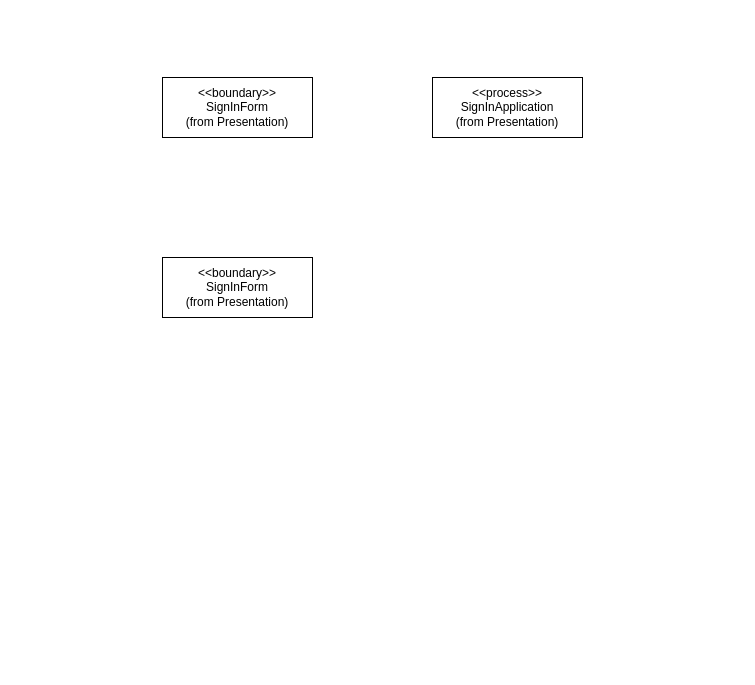
Before: page "SignInProcessModel" (2 of 19) of OOAD.drawio in tenmo2003/OOAD, a draw.io diagram. Source tidied: cells renumbered, new cells numbered last; positions are measured from the earlier drawing's top-left corner, leaving out a move shared by most shapes. Both pictures are drawn from the tidied source at 100%, with x=0, y=0 at pixel (162, 77).
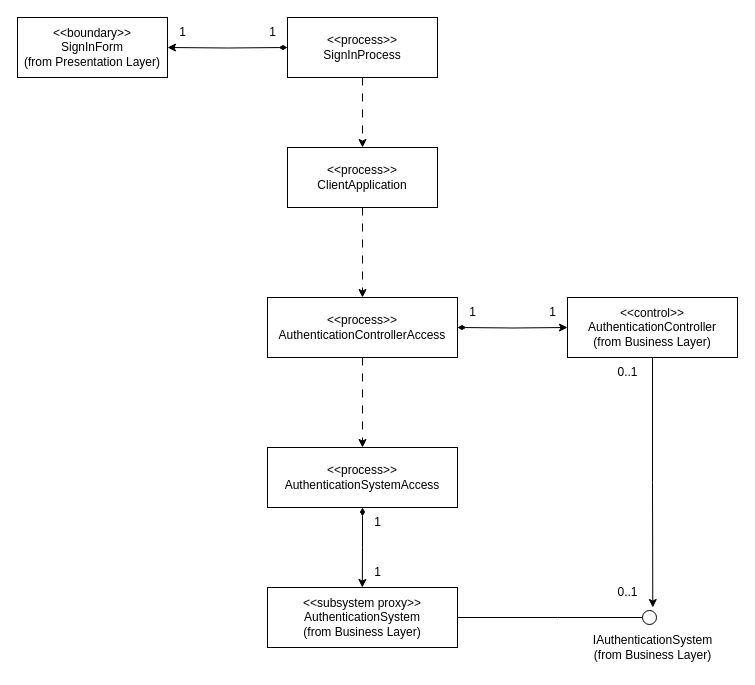
The same page after the edit.

Change to the diagram source:
```diff
@@
-    <mxCell id="2" value="&amp;lt;&amp;lt;boundary&amp;gt;&amp;gt;&lt;div&gt;SignInForm&lt;/div&gt;&lt;div&gt;(from Presentation)&lt;/div&gt;" style="whiteSpace=wrap;html=1;" parent="1" vertex="1">
-      <mxGeometry width="150" height="60" as="geometry" />
-    </mxCell>
-    <mxCell id="3" value="&amp;lt;&amp;lt;boundary&amp;gt;&amp;gt;&lt;div&gt;SignInForm&lt;/div&gt;&lt;div&gt;(from Presentation)&lt;/div&gt;" style="whiteSpace=wrap;html=1;" parent="1" vertex="1">
-      <mxGeometry y="180" width="150" height="60" as="geometry" />
-    </mxCell>
-    <mxCell id="4" value="&amp;lt;&amp;lt;process&amp;gt;&amp;gt;&lt;div&gt;SignInApplication&lt;/div&gt;&lt;div&gt;(from Presentation)&lt;/div&gt;" style="whiteSpace=wrap;html=1;" parent="1" vertex="1">
-      <mxGeometry x="270" width="150" height="60" as="geometry" />
-    </mxCell>
+    <mxCell id="5" value="&amp;lt;&amp;lt;boundary&amp;gt;&amp;gt;&lt;div&gt;SignInForm&lt;/div&gt;&lt;div&gt;(from Presentation Layer)&lt;/div&gt;" style="whiteSpace=wrap;html=1;" parent="1" vertex="1">
+      <mxGeometry x="-145" y="-60" width="150" height="60" as="geometry" />
+    </mxCell>
+    <mxCell id="6" style="edgeStyle=orthogonalEdgeStyle;rounded=0;jettySize=auto;html=1;exitX=0.5;exitY=1;exitDx=0;exitDy=0;entryX=0.5;entryY=0;entryDx=0;entryDy=0;dashed=1;dashPattern=8 8;" parent="1" edge="1" source="8" target="25">
+      <mxGeometry relative="1" as="geometry" />
+    </mxCell>
+    <mxCell id="7" style="edgeStyle=orthogonalEdgeStyle;rounded=0;jettySize=auto;html=1;exitX=0;exitY=0.5;exitDx=0;exitDy=0;entryX=1;entryY=0.5;entryDx=0;entryDy=0;endArrow=classic;endFill=1;startArrow=diamondThin;startFill=1;" parent="1" edge="1" target="5">
+      <mxGeometry relative="1" as="geometry">
+        <mxPoint x="125" y="-30" as="sourcePoint" />
+      </mxGeometry>
+    </mxCell>
+    <mxCell id="8" value="&amp;lt;&amp;lt;process&amp;gt;&amp;gt;&lt;div&gt;ClientApplication&lt;/div&gt;" style="whiteSpace=wrap;html=1;" parent="1" vertex="1">
+      <mxGeometry x="125" y="70" width="150" height="60" as="geometry" />
+    </mxCell>
+    <mxCell id="9" style="edgeStyle=orthogonalEdgeStyle;rounded=0;jettySize=auto;html=1;exitX=0.5;exitY=1;exitDx=0;exitDy=0;startArrow=diamondThin;startFill=1;" parent="1" edge="1" source="11">
+      <mxGeometry relative="1" as="geometry">
+        <mxPoint x="199.8" y="510" as="targetPoint" />
+      </mxGeometry>
+    </mxCell>
+    <mxCell id="10" style="edgeStyle=orthogonalEdgeStyle;rounded=0;jettySize=auto;html=1;exitX=1;exitY=0.5;exitDx=0;exitDy=0;startArrow=diamondThin;startFill=1;" parent="1" edge="1" target="17">
+      <mxGeometry relative="1" as="geometry">
+        <mxPoint x="295" y="250" as="sourcePoint" />
+      </mxGeometry>
+    </mxCell>
+    <mxCell id="11" value="&amp;lt;&amp;lt;process&amp;gt;&amp;gt;&lt;div&gt;AuthenticationSystemAccess&lt;/div&gt;" style="whiteSpace=wrap;html=1;" parent="1" vertex="1">
+      <mxGeometry x="105" y="370" width="190" height="60" as="geometry" />
+    </mxCell>
+    <mxCell id="12" value="1" style="text;html=1;align=center;verticalAlign=middle;strokeColor=none;fillColor=none;" parent="1" vertex="1">
+      <mxGeometry x="5" y="-60" width="30" height="30" as="geometry" />
+    </mxCell>
+    <mxCell id="13" value="1" style="text;html=1;align=center;verticalAlign=middle;strokeColor=none;fillColor=none;" parent="1" vertex="1">
+      <mxGeometry x="95" y="-60" width="30" height="30" as="geometry" />
+    </mxCell>
+    <mxCell id="14" style="edgeStyle=orthogonalEdgeStyle;rounded=0;jettySize=auto;html=1;exitX=1;exitY=0.5;exitDx=0;exitDy=0;endArrow=circle;endFill=0;" parent="1" edge="1" source="15">
+      <mxGeometry relative="1" as="geometry">
+        <mxPoint x="495" y="540" as="targetPoint" />
+      </mxGeometry>
+    </mxCell>
+    <mxCell id="15" value="&amp;lt;&amp;lt;subsystem proxy&amp;gt;&amp;gt;&lt;div&gt;AuthenticationSystem&lt;/div&gt;&lt;div&gt;(from Business Layer)&lt;br&gt;&lt;/div&gt;" style="whiteSpace=wrap;html=1;" parent="1" vertex="1">
+      <mxGeometry x="105" y="510" width="190" height="60" as="geometry" />
+    </mxCell>
+    <mxCell id="16" style="edgeStyle=orthogonalEdgeStyle;rounded=0;jettySize=auto;html=1;exitX=0.5;exitY=1;exitDx=0;exitDy=0;" parent="1" edge="1" source="17">
+      <mxGeometry relative="1" as="geometry">
+        <mxPoint x="490.3" y="530" as="targetPoint" />
+      </mxGeometry>
+    </mxCell>
+    <mxCell id="17" value="&amp;lt;&amp;lt;control&amp;gt;&amp;gt;&lt;div&gt;AuthenticationController&lt;/div&gt;&lt;div&gt;(from Business Layer)&lt;br&gt;&lt;/div&gt;" style="rounded=0;whiteSpace=wrap;html=1;" parent="1" vertex="1">
+      <mxGeometry x="405" y="220" width="170" height="60" as="geometry" />
+    </mxCell>
+    <mxCell id="18" value="1" style="text;html=1;align=center;verticalAlign=middle;strokeColor=none;fillColor=none;" parent="1" vertex="1">
+      <mxGeometry x="295" y="220" width="30" height="30" as="geometry" />
+    </mxCell>
+    <mxCell id="19" value="1" style="text;html=1;align=center;verticalAlign=middle;strokeColor=none;fillColor=none;" parent="1" vertex="1">
+      <mxGeometry x="375" y="220" width="30" height="30" as="geometry" />
+    </mxCell>
+    <mxCell id="20" value="IAuthenticationSystem&lt;div&gt;&lt;span style=&quot;text-wrap: wrap;&quot;&gt;(from Business Layer)&lt;/span&gt;&lt;br&gt;&lt;/div&gt;" style="text;html=1;align=center;verticalAlign=middle;strokeColor=none;fillColor=none;fontStyle=0;" parent="1" vertex="1">
+      <mxGeometry x="420" y="550" width="140" height="40" as="geometry" />
+    </mxCell>
+    <mxCell id="21" value="0..1" style="text;html=1;align=center;verticalAlign=middle;strokeColor=none;fillColor=none;" parent="1" vertex="1">
+      <mxGeometry x="445" y="280" width="40" height="30" as="geometry" />
+    </mxCell>
+    <mxCell id="22" value="0..1" style="text;html=1;align=center;verticalAlign=middle;strokeColor=none;fillColor=none;" parent="1" vertex="1">
+      <mxGeometry x="445" y="500" width="40" height="30" as="geometry" />
+    </mxCell>
+    <mxCell id="23" value="1" style="text;html=1;align=center;verticalAlign=middle;strokeColor=none;fillColor=none;" parent="1" vertex="1">
+      <mxGeometry x="200" y="430" width="30" height="30" as="geometry" />
+    </mxCell>
+    <mxCell id="24" value="1" style="text;html=1;align=center;verticalAlign=middle;strokeColor=none;fillColor=none;" parent="1" vertex="1">
+      <mxGeometry x="200" y="480" width="30" height="30" as="geometry" />
+    </mxCell>
+    <mxCell id="25" value="&amp;lt;&amp;lt;process&amp;gt;&amp;gt;&lt;div&gt;AuthenticationController&lt;span style=&quot;background-color: initial;&quot;&gt;Access&lt;/span&gt;&lt;/div&gt;" style="whiteSpace=wrap;html=1;" parent="1" vertex="1">
+      <mxGeometry x="105" y="220" width="190" height="60" as="geometry" />
+    </mxCell>
+    <mxCell id="26" style="edgeStyle=orthogonalEdgeStyle;rounded=0;jettySize=auto;html=1;exitX=0.5;exitY=1;exitDx=0;exitDy=0;entryX=0.5;entryY=0;entryDx=0;entryDy=0;dashed=1;dashPattern=8 8;" parent="1" edge="1" source="25" target="11">
+      <mxGeometry relative="1" as="geometry" />
+    </mxCell>
+    <mxCell id="27" value="&amp;lt;&amp;lt;process&amp;gt;&amp;gt;&lt;div&gt;SignInProcess&lt;/div&gt;" style="whiteSpace=wrap;html=1;" parent="1" vertex="1">
+      <mxGeometry x="125" y="-60" width="150" height="60" as="geometry" />
+    </mxCell>
+    <mxCell id="28" style="edgeStyle=orthogonalEdgeStyle;rounded=0;jettySize=auto;html=1;exitX=0.5;exitY=1;exitDx=0;exitDy=0;entryX=0.5;entryY=0;entryDx=0;entryDy=0;dashed=1;dashPattern=8 8;" parent="1" edge="1" source="27" target="8">
+      <mxGeometry relative="1" as="geometry" />
+    </mxCell>
```
